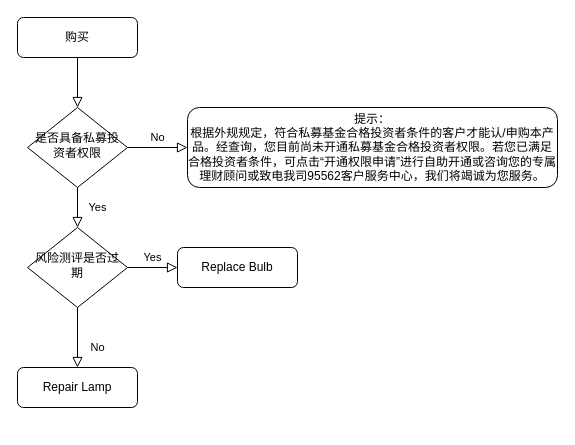
Earlier version of the draw.io diagram 未命名绘图.drawio (feiniao111/gallery). Source tidied: cells renumbered, new cells numbered last; positions are measured from the earlier drawing's top-left corner, leaving out a move shared by most shapes. Both pictures are drawn from the tidied source at 100%, with x=0, y=0 at pixel (17, 17).
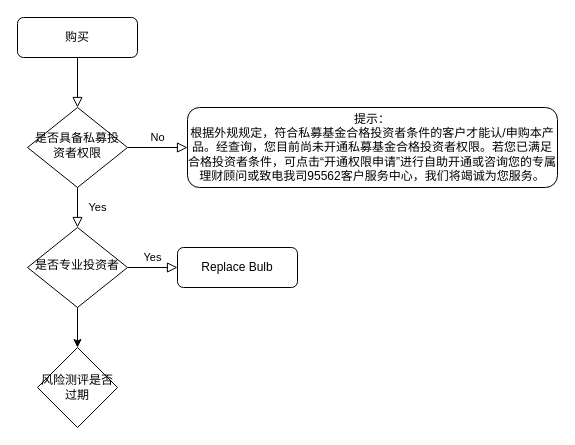
After the change.

Commit message:
更新未命名绘图.drawio

Diff of the diagram source:
```diff
@@
 <mxGraphModel>
   <root>
     <mxCell id="0" />
     <mxCell id="1" parent="0" />
     <mxCell id="2" style="rounded=0;html=1;jettySize=auto;fontSize=11;endArrow=block;endFill=0;endSize=8;strokeWidth=1;shadow=0;labelBackgroundColor=none;edgeStyle=orthogonalEdgeStyle;" parent="1" edge="1" source="3" target="6">
       <mxGeometry relative="1" as="geometry" />
     </mxCell>
     <mxCell id="3" value="购买" style="rounded=1;whiteSpace=wrap;html=1;fontSize=12;glass=0;strokeWidth=1;shadow=0;" parent="1" vertex="1">
       <mxGeometry width="120" height="40" as="geometry" />
     </mxCell>
     <mxCell id="4" value="Yes" style="rounded=0;html=1;jettySize=auto;fontSize=11;endArrow=block;endFill=0;endSize=8;strokeWidth=1;shadow=0;labelBackgroundColor=none;edgeStyle=orthogonalEdgeStyle;" parent="1" edge="1" source="6" target="10">
       <mxGeometry y="20" relative="1" as="geometry" />
     </mxCell>
     <mxCell id="5" value="No" style="edgeStyle=orthogonalEdgeStyle;rounded=0;html=1;jettySize=auto;fontSize=11;endArrow=block;endFill=0;endSize=8;strokeWidth=1;shadow=0;labelBackgroundColor=none;" parent="1" edge="1" source="6" target="7">
       <mxGeometry y="10" relative="1" as="geometry" />
     </mxCell>
     <mxCell id="6" value="是否具备私募投资者权限" style="rhombus;whiteSpace=wrap;html=1;shadow=0;fontFamily=Helvetica;fontSize=12;align=center;strokeWidth=1;spacing=6;spacingTop=-4;" parent="1" vertex="1">
       <mxGeometry x="10" y="90" width="100" height="80" as="geometry" />
     </mxCell>
     <mxCell id="7" value="提示：&lt;br&gt;根据外规规定，符合私募基金合格投资者条件的客户才能认/申购本产品。经查询，您目前尚未开通私募基金合格投资者权限。若您已满足合格投资者条件，可点击“开通权限申请”进行自助开通或咨询您的专属理财顾问或致电我司95562客户服务中心，我们将竭诚为您服务。" style="rounded=1;whiteSpace=wrap;html=1;fontSize=12;glass=0;strokeWidth=1;shadow=0;" parent="1" vertex="1">
       <mxGeometry x="170" y="90" width="370" height="80" as="geometry" />
     </mxCell>
-    <mxCell id="8" value="No" style="rounded=0;html=1;jettySize=auto;fontSize=11;endArrow=block;endFill=0;endSize=8;strokeWidth=1;shadow=0;labelBackgroundColor=none;edgeStyle=orthogonalEdgeStyle;" parent="1" edge="1" source="10" target="11">
-      <mxGeometry x="0.33" y="20" relative="1" as="geometry" />
-    </mxCell>
     <mxCell id="9" value="Yes" style="edgeStyle=orthogonalEdgeStyle;rounded=0;html=1;jettySize=auto;fontSize=11;endArrow=block;endFill=0;endSize=8;strokeWidth=1;shadow=0;labelBackgroundColor=none;" parent="1" edge="1" source="10" target="12">
       <mxGeometry y="10" relative="1" as="geometry" />
     </mxCell>
+    <mxCell id="13" style="edgeStyle=orthogonalEdgeStyle;rounded=0;jettySize=auto;html=1;" parent="1" edge="1" source="10" target="14">
+      <mxGeometry relative="1" as="geometry" />
+    </mxCell>
-    <mxCell id="10" value="风险测评是否过期" style="rhombus;whiteSpace=wrap;html=1;shadow=0;fontFamily=Helvetica;fontSize=12;align=center;strokeWidth=1;spacing=6;spacingTop=-4;" parent="1" vertex="1">
+    <mxCell id="10" value="是否专业投资者" style="rhombus;whiteSpace=wrap;html=1;shadow=0;fontFamily=Helvetica;fontSize=12;align=center;strokeWidth=1;spacing=6;spacingTop=-4;" parent="1" vertex="1">
       <mxGeometry x="10" y="210" width="100" height="80" as="geometry" />
     </mxCell>
-    <mxCell id="11" value="Repair Lamp" style="rounded=1;whiteSpace=wrap;html=1;fontSize=12;glass=0;strokeWidth=1;shadow=0;" parent="1" vertex="1">
-      <mxGeometry y="350" width="120" height="40" as="geometry" />
-    </mxCell>
     <mxCell id="12" value="Replace Bulb" style="rounded=1;whiteSpace=wrap;html=1;fontSize=12;glass=0;strokeWidth=1;shadow=0;" parent="1" vertex="1">
       <mxGeometry x="160" y="230" width="120" height="40" as="geometry" />
     </mxCell>
+    <mxCell id="14" value="风险测评是否过期" style="rhombus;whiteSpace=wrap;html=1;" parent="1" vertex="1">
+      <mxGeometry x="20" y="330" width="80" height="80" as="geometry" />
+    </mxCell>
   </root>
 </mxGraphModel>
```
